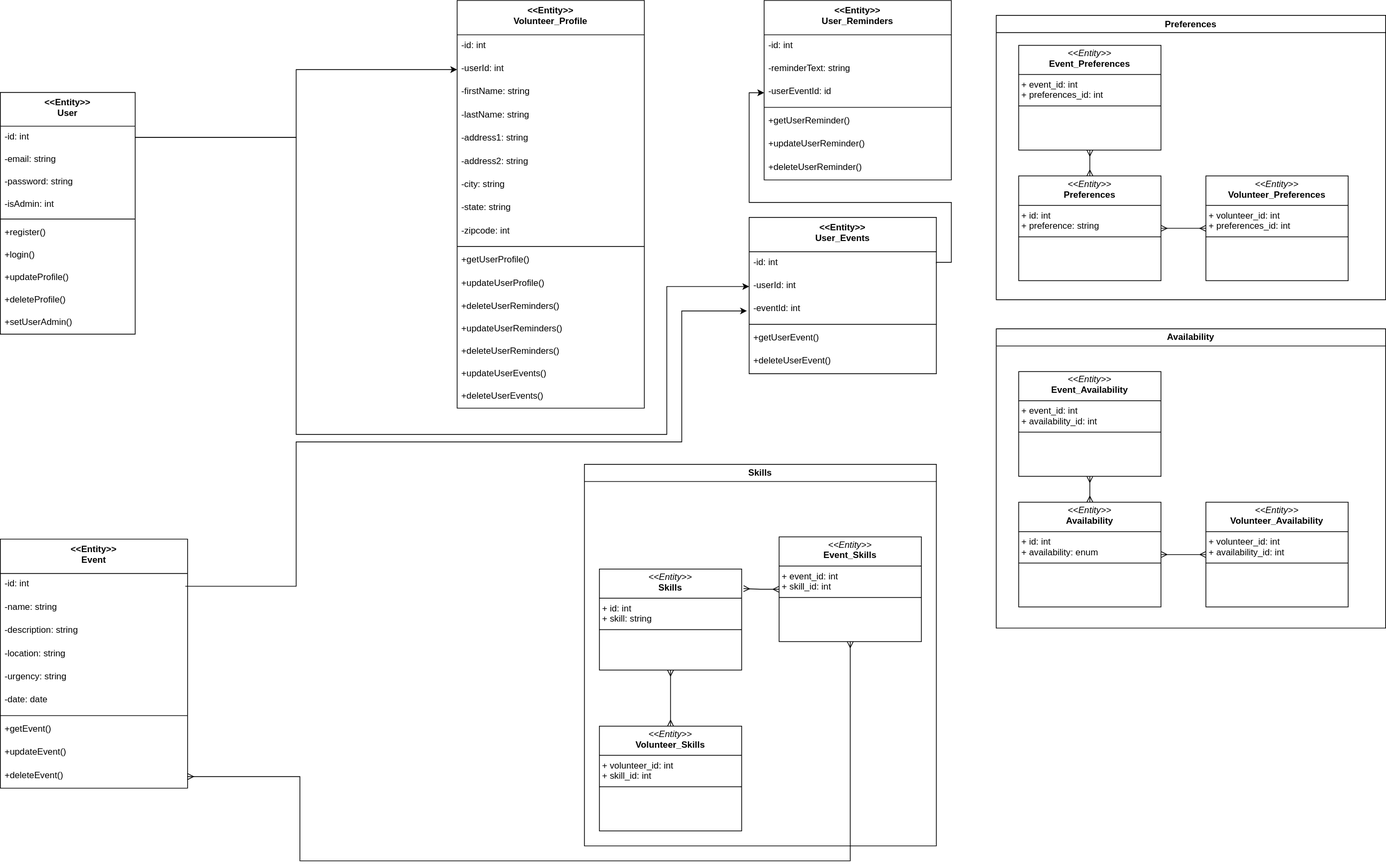
grapejuices/COSC4353-Group30 keeps this draw.io diagram as Database.drawio.svg. Above is the earlier version. Source tidied: cells renumbered, new cells last; positions are measured from the earlier drawing's top-left corner, leaving out a move shared by most shapes.
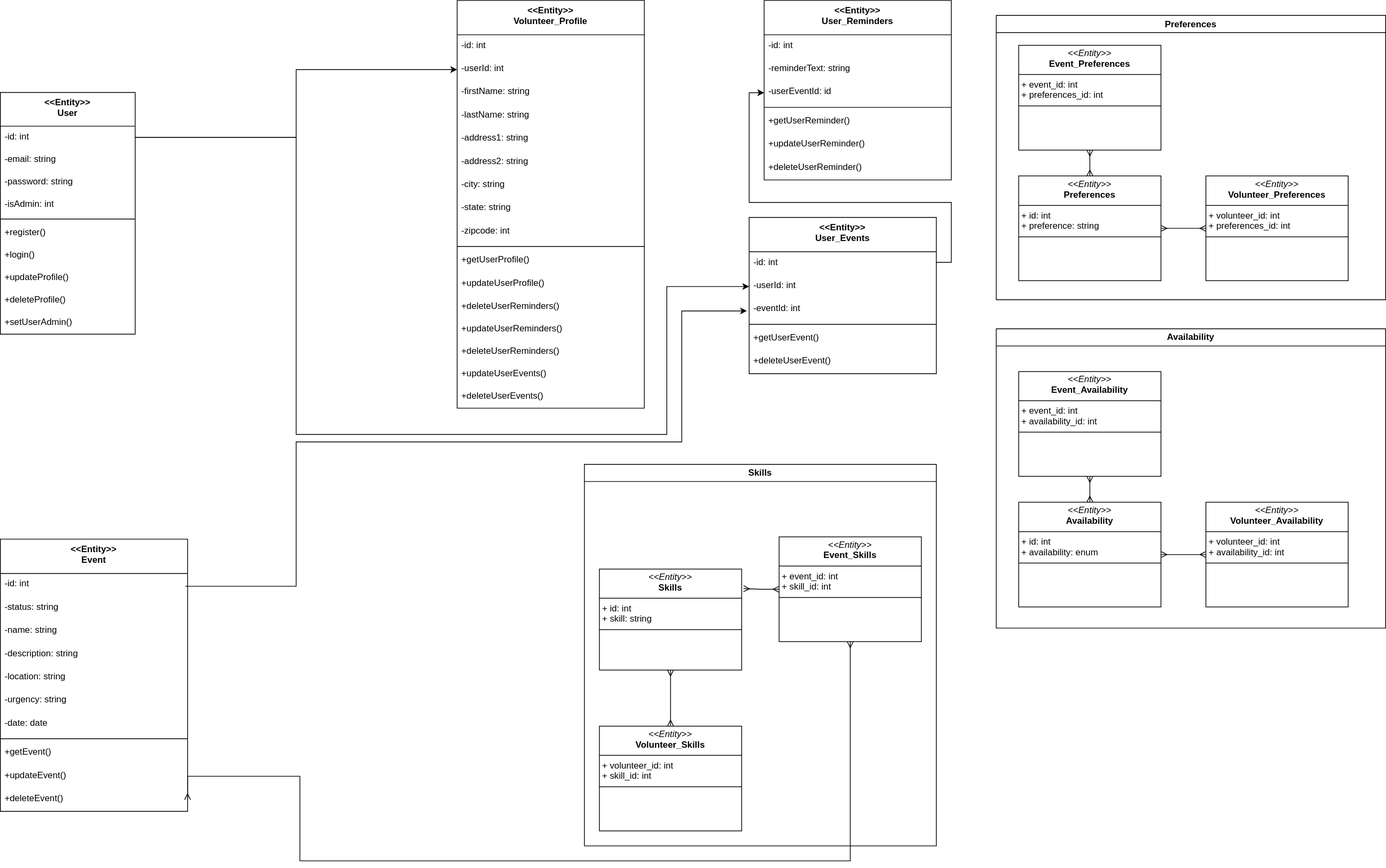
Later version of the same file.

Diff of the diagram source:
```diff
@@ -90,37 +90,40 @@
       <mxGeometry y="514.9" width="250" height="30" as="geometry" />
     </mxCell>
     <mxCell id="31" value="&lt;&lt;Entity&gt;&gt;&#10;Event" style="swimlane;fontStyle=1;align=center;verticalAlign=top;horizontal=1;startSize=45.913043478260875;" parent="1" vertex="1">
-      <mxGeometry y="720" width="250" height="332.9" as="geometry" />
+      <mxGeometry y="720" width="250" height="363.9" as="geometry" />
     </mxCell>
     <mxCell id="32" value="-id: int" style="text;strokeColor=none;fillColor=none;align=left;verticalAlign=top;spacingLeft=4;spacingRight=4;overflow=hidden;" parent="31" vertex="1">
       <mxGeometry y="45.9" width="250" height="31" as="geometry" />
     </mxCell>
+    <mxCell id="80" value="-status: string" style="text;strokeColor=none;fillColor=none;align=left;verticalAlign=top;spacingLeft=4;spacingRight=4;overflow=hidden;" parent="31" vertex="1">
+      <mxGeometry y="76.9" width="250" height="31" as="geometry" />
+    </mxCell>
     <mxCell id="33" value="-name: string" style="text;strokeColor=none;fillColor=none;align=left;verticalAlign=top;spacingLeft=4;spacingRight=4;overflow=hidden;" parent="31" vertex="1">
-      <mxGeometry y="76.9" width="250" height="31" as="geometry" />
+      <mxGeometry y="107.9" width="250" height="31" as="geometry" />
     </mxCell>
     <mxCell id="34" value="-description: string" style="text;strokeColor=none;fillColor=none;align=left;verticalAlign=top;spacingLeft=4;spacingRight=4;overflow=hidden;" parent="31" vertex="1">
-      <mxGeometry y="107.9" width="250" height="31" as="geometry" />
+      <mxGeometry y="138.9" width="250" height="31" as="geometry" />
     </mxCell>
     <mxCell id="35" value="-location: string" style="text;strokeColor=none;fillColor=none;align=left;verticalAlign=top;spacingLeft=4;spacingRight=4;overflow=hidden;" parent="31" vertex="1">
-      <mxGeometry y="138.9" width="250" height="31" as="geometry" />
+      <mxGeometry y="169.9" width="250" height="31" as="geometry" />
     </mxCell>
     <mxCell id="36" value="-urgency: string" style="text;strokeColor=none;fillColor=none;align=left;verticalAlign=top;spacingLeft=4;spacingRight=4;overflow=hidden;" parent="31" vertex="1">
-      <mxGeometry y="169.9" width="250" height="31" as="geometry" />
+      <mxGeometry y="200.9" width="250" height="31" as="geometry" />
     </mxCell>
     <mxCell id="37" value="-date: date" style="text;strokeColor=none;fillColor=none;align=left;verticalAlign=top;spacingLeft=4;spacingRight=4;overflow=hidden;" parent="31" vertex="1">
-      <mxGeometry y="200.9" width="250" height="31" as="geometry" />
+      <mxGeometry y="231.9" width="250" height="31" as="geometry" />
     </mxCell>
     <mxCell id="38" style="line;strokeWidth=1;fillColor=none;align=left;verticalAlign=middle;spacingTop=-1;spacingLeft=3;spacingRight=3;labelPosition=right;strokeColor=inherit;" parent="31" vertex="1">
-      <mxGeometry y="231.9" width="250" height="8" as="geometry" />
+      <mxGeometry y="262.9" width="250" height="8" as="geometry" />
     </mxCell>
     <mxCell id="39" value="+getEvent()" style="text;strokeColor=none;fillColor=none;align=left;verticalAlign=top;spacingLeft=4;spacingRight=4;overflow=hidden;" parent="31" vertex="1">
-      <mxGeometry y="239.9" width="250" height="31" as="geometry" />
+      <mxGeometry y="270.9" width="250" height="31" as="geometry" />
     </mxCell>
     <mxCell id="40" value="+updateEvent()" style="text;strokeColor=none;fillColor=none;align=left;verticalAlign=top;spacingLeft=4;spacingRight=4;overflow=hidden;" parent="31" vertex="1">
-      <mxGeometry y="270.9" width="250" height="31" as="geometry" />
+      <mxGeometry y="301.9" width="250" height="31" as="geometry" />
     </mxCell>
     <mxCell id="41" value="+deleteEvent()" style="text;strokeColor=none;fillColor=none;align=left;verticalAlign=top;spacingLeft=4;spacingRight=4;overflow=hidden;points=[[0,0.5],[1,0.5]];portConstraint=eastwest;" parent="31" vertex="1">
-      <mxGeometry y="301.9" width="250" height="31" as="geometry" />
+      <mxGeometry y="332.9" width="250" height="31" as="geometry" />
     </mxCell>
     <mxCell id="42" value="&lt;&lt;Entity&gt;&gt;&#10;User_Events" style="swimlane;fontStyle=1;align=center;verticalAlign=top;horizontal=1;startSize=45.913043478260875;" parent="1" vertex="1">
       <mxGeometry x="1000" y="290" width="250" height="208.9" as="geometry" />
```
